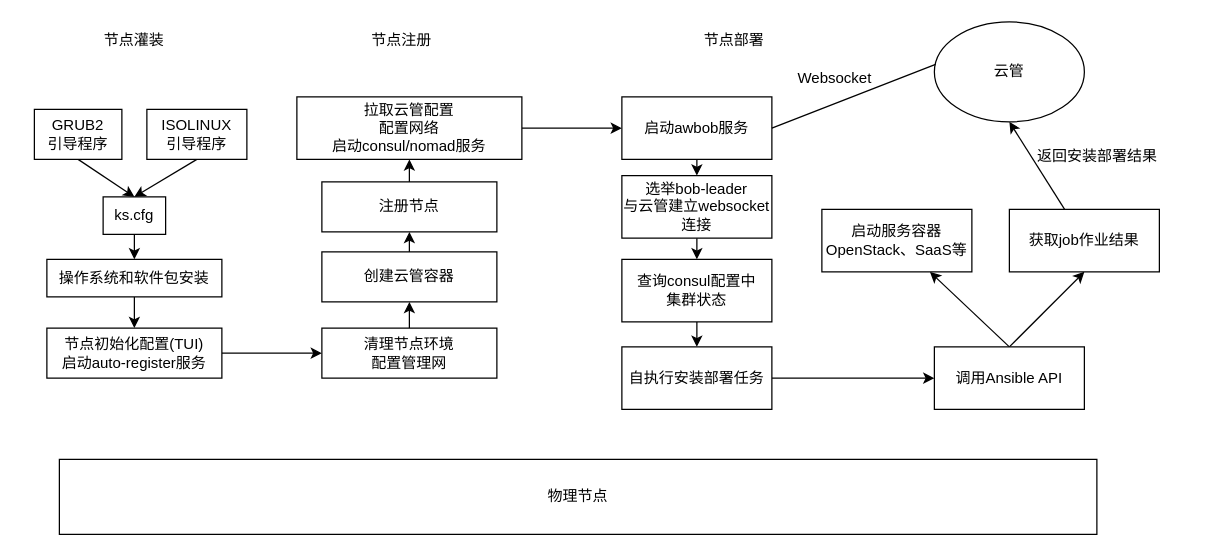
This is 未命名绘图.drawio from luqitao/drawio_files, a draw.io file, before an edit. Source tidied: cells renumbered, new cells numbered last; positions are measured from the earlier drawing's top-left corner, leaving out a move shared by most shapes. Both pictures are drawn from the tidied source at 125%, with x=0, y=0 at pixel (34, 21).
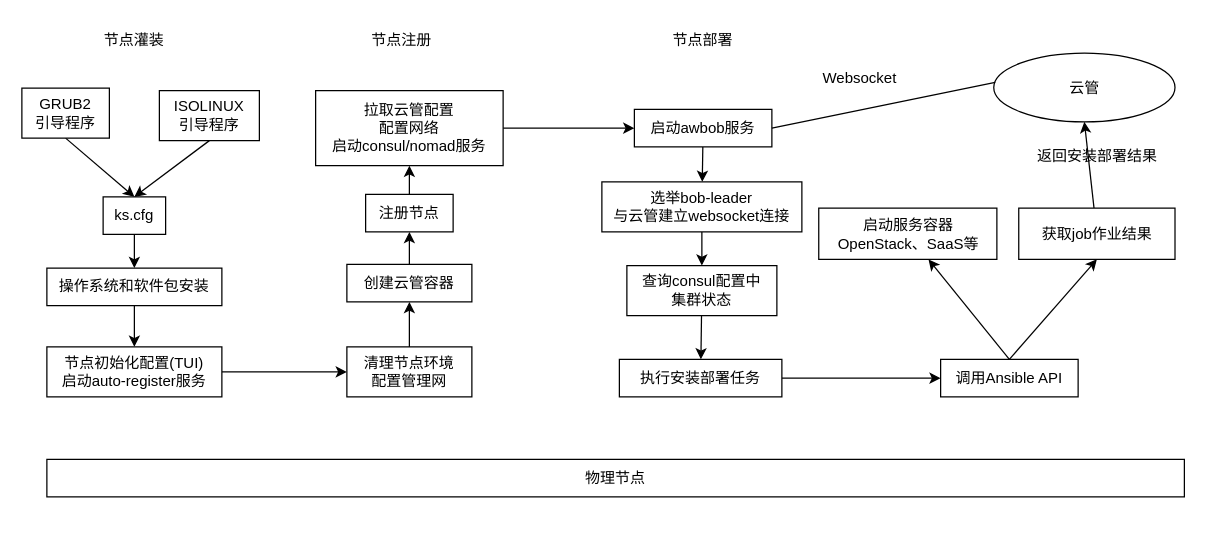
Above is the later version.

Commit message:
更新未命名绘图.drawio

Diff of the diagram source:
```diff
@@
     <mxCell id="3" value="GRUB2&lt;br&gt;引导程序" style="rounded=0;whiteSpace=wrap;html=1;" parent="1" vertex="1">
-      <mxGeometry y="70" width="70" height="40" as="geometry" />
+      <mxGeometry x="-10" y="53" width="70" height="40" as="geometry" />
     </mxCell>
@@
     <mxCell id="5" value="ISOLINUX&lt;br&gt;引导程序" style="rounded=0;whiteSpace=wrap;html=1;" parent="1" vertex="1">
-      <mxGeometry x="90" y="70" width="80" height="40" as="geometry" />
+      <mxGeometry x="100" y="55" width="80" height="40" as="geometry" />
     </mxCell>
@@
     <mxCell id="9" value="操作系统和软件包安装" style="rounded=0;whiteSpace=wrap;html=1;" parent="1" vertex="1">
-      <mxGeometry x="10" y="190" width="140" height="30" as="geometry" />
+      <mxGeometry x="10" y="197" width="140" height="30" as="geometry" />
     </mxCell>
@@
     <mxCell id="11" value="节点初始化配置(TUI)&lt;br&gt;启动auto-register服务" style="rounded=0;whiteSpace=wrap;html=1;" parent="1" vertex="1">
-      <mxGeometry x="10" y="245" width="140" height="40" as="geometry" />
+      <mxGeometry x="10" y="260" width="140" height="40" as="geometry" />
     </mxCell>
     <mxCell id="12" value="节点灌装" style="text;html=1;strokeColor=none;fillColor=none;align=center;verticalAlign=middle;whiteSpace=wrap;rounded=0;" parent="1" vertex="1">
-      <mxGeometry x="50" width="60" height="30" as="geometry" />
+      <mxGeometry x="45" width="70" height="30" as="geometry" />
     </mxCell>
@@
     <mxCell id="14" value="清理节点环境&lt;br&gt;配置管理网" style="rounded=0;whiteSpace=wrap;html=1;" parent="1" vertex="1">
-      <mxGeometry x="230" y="245" width="140" height="40" as="geometry" />
+      <mxGeometry x="250" y="260" width="100" height="40" as="geometry" />
     </mxCell>
@@
     <mxCell id="16" value="创建云管容器" style="rounded=0;whiteSpace=wrap;html=1;" parent="1" vertex="1">
-      <mxGeometry x="230" y="184" width="140" height="40" as="geometry" />
+      <mxGeometry x="250" y="194" width="100" height="30" as="geometry" />
     </mxCell>
@@
     <mxCell id="18" value="注册节点" style="rounded=0;whiteSpace=wrap;html=1;" parent="1" vertex="1">
-      <mxGeometry x="230" y="128" width="140" height="40" as="geometry" />
+      <mxGeometry x="265" y="138" width="70" height="30" as="geometry" />
     </mxCell>
@@
     <mxCell id="20" value="拉取云管配置&lt;br&gt;配置网络&lt;br&gt;启动consul/nomad服务" style="rounded=0;whiteSpace=wrap;html=1;" parent="1" vertex="1">
-      <mxGeometry x="210" y="60" width="180" height="50" as="geometry" />
+      <mxGeometry x="225" y="55" width="150" height="60" as="geometry" />
     </mxCell>
     <mxCell id="21" value="节点注册" style="text;html=1;strokeColor=none;fillColor=none;align=center;verticalAlign=middle;whiteSpace=wrap;rounded=0;" parent="1" vertex="1">
-      <mxGeometry x="264" width="60" height="30" as="geometry" />
+      <mxGeometry x="259" width="70" height="30" as="geometry" />
     </mxCell>
@@
     <mxCell id="23" value="启动awbob服务" style="rounded=0;whiteSpace=wrap;html=1;" parent="1" vertex="1">
-      <mxGeometry x="470" y="60" width="120" height="50" as="geometry" />
+      <mxGeometry x="480" y="70" width="110" height="30" as="geometry" />
     </mxCell>
     <mxCell id="24" value="节点部署" style="text;html=1;strokeColor=none;fillColor=none;align=center;verticalAlign=middle;whiteSpace=wrap;rounded=0;" parent="1" vertex="1">
-      <mxGeometry x="530" width="60" height="30" as="geometry" />
+      <mxGeometry x="500" width="70" height="30" as="geometry" />
     </mxCell>
@@
     <mxCell id="26" value="选举bob-leader&lt;br&gt;与云管建立websocket连接" style="rounded=0;whiteSpace=wrap;html=1;" parent="1" vertex="1">
-      <mxGeometry x="470" y="123" width="120" height="50" as="geometry" />
+      <mxGeometry x="454" y="128" width="160" height="40" as="geometry" />
     </mxCell>
@@
     <mxCell id="28" value="查询consul配置中&lt;br&gt;集群状态" style="rounded=0;whiteSpace=wrap;html=1;" parent="1" vertex="1">
-      <mxGeometry x="470" y="190" width="120" height="50" as="geometry" />
+      <mxGeometry x="474" y="195" width="120" height="40" as="geometry" />
     </mxCell>
@@
-    <mxCell id="30" value="自执行安装部署任务" style="rounded=0;whiteSpace=wrap;html=1;" parent="1" vertex="1">
-      <mxGeometry x="470" y="260" width="120" height="50" as="geometry" />
+    <mxCell id="30" value="执行安装部署任务" style="rounded=0;whiteSpace=wrap;html=1;" parent="1" vertex="1">
+      <mxGeometry x="468" y="270" width="130" height="30" as="geometry" />
     </mxCell>
@@
     <mxCell id="33" value="调用Ansible API" style="rounded=0;whiteSpace=wrap;html=1;" parent="1" vertex="1">
-      <mxGeometry x="720" y="260" width="120" height="50" as="geometry" />
+      <mxGeometry x="725" y="270" width="110" height="30" as="geometry" />
     </mxCell>
     <mxCell id="34" value="启动服务容器&lt;br&gt;OpenStack、SaaS等" style="rounded=0;whiteSpace=wrap;html=1;" parent="1" vertex="1">
-      <mxGeometry x="630" y="150" width="120" height="50" as="geometry" />
+      <mxGeometry x="627.5" y="149" width="142.5" height="41" as="geometry" />
     </mxCell>
@@
     <mxCell id="36" value="获取job作业结果" style="rounded=0;whiteSpace=wrap;html=1;" parent="1" vertex="1">
-      <mxGeometry x="780" y="150" width="120" height="50" as="geometry" />
+      <mxGeometry x="787.5" y="149" width="125" height="41" as="geometry" />
     </mxCell>
     <mxCell id="37" value="云管" style="ellipse;whiteSpace=wrap;html=1;" parent="1" vertex="1">
-      <mxGeometry x="720" width="120" height="80" as="geometry" />
+      <mxGeometry x="767.5" y="25" width="145" height="55" as="geometry" />
     </mxCell>
@@
     <mxCell id="39" value="Websocket" style="text;html=1;align=center;verticalAlign=middle;strokeColor=none;fillColor=none;" parent="1" vertex="1">
-      <mxGeometry x="600" y="30" width="80" height="30" as="geometry" />
+      <mxGeometry x="620" y="30" width="80" height="30" as="geometry" />
     </mxCell>
@@
     <mxCell id="41" value="物理节点" style="rounded=0;whiteSpace=wrap;html=1;" parent="1" vertex="1">
-      <mxGeometry x="20" y="350" width="830" height="60" as="geometry" />
+      <mxGeometry x="10" y="350" width="910" height="30" as="geometry" />
     </mxCell>
```
